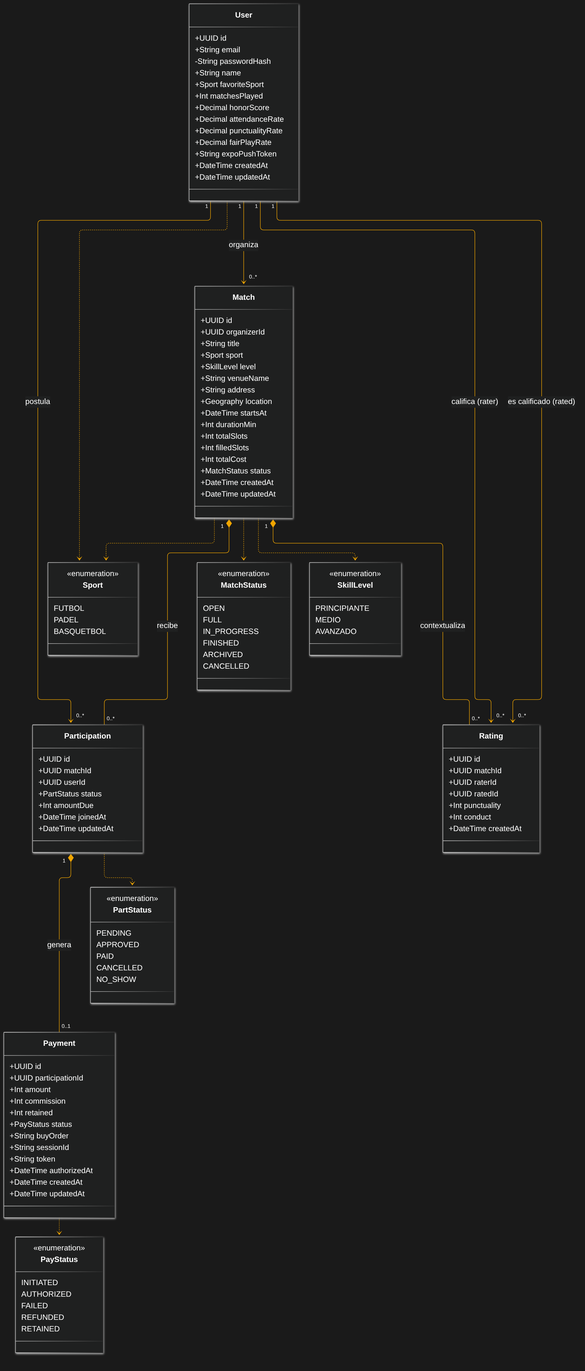
Above: fase-2-desarrollo/docs/diagramas/clases-dominio.png in avenaaaa/KANCHA (Mermaid), before the change. Its source is kept beside it as fase-2-desarrollo/docs/diagramas/clases-dominio.mmd.
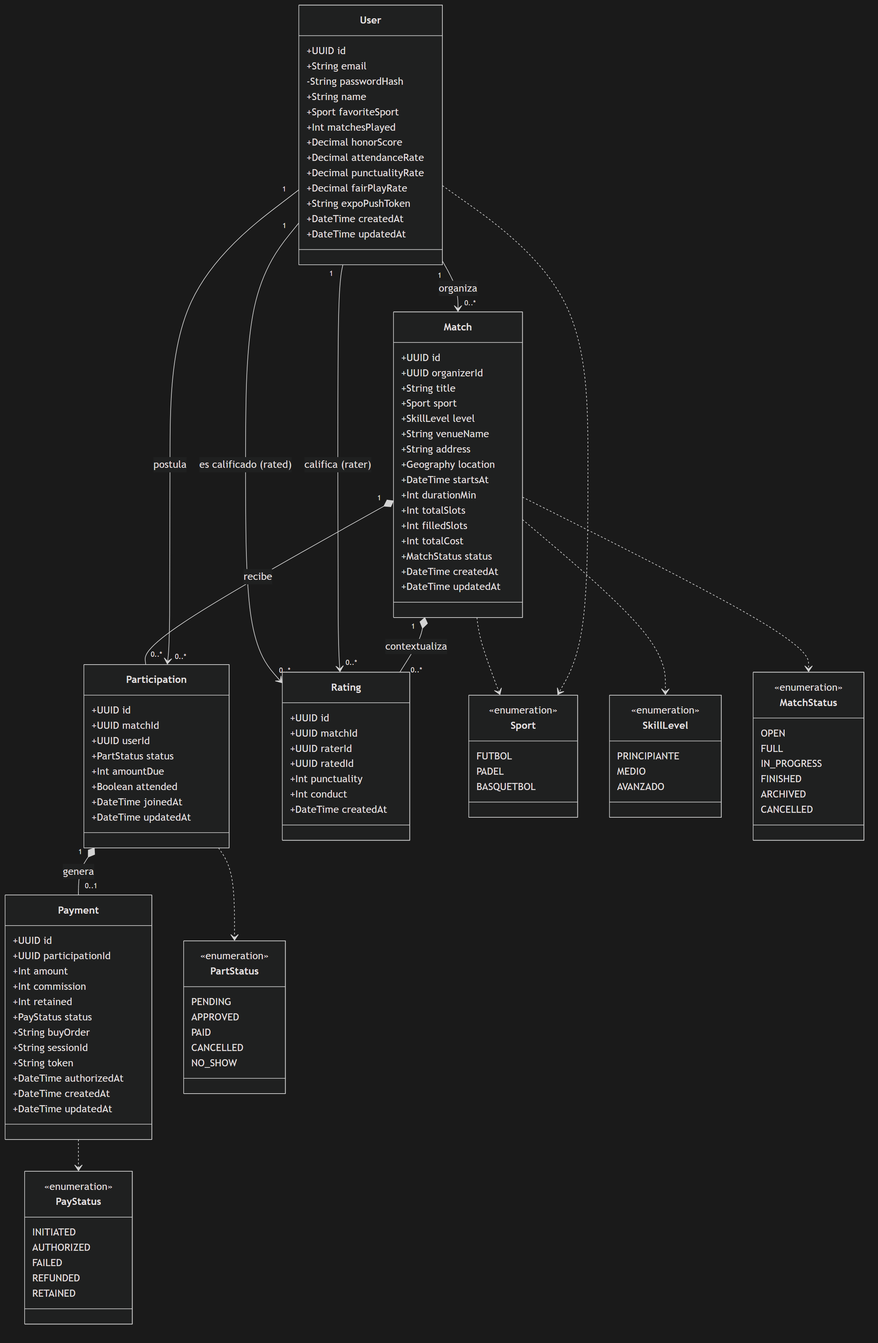
Later version of the same file.

Diff of the diagram source:
```diff
@@ -42,6 +42,7 @@
         +UUID userId
         +PartStatus status
         +Int amountDue
+        +Boolean attended
         +DateTime joinedAt
         +DateTime updatedAt
     }
```
